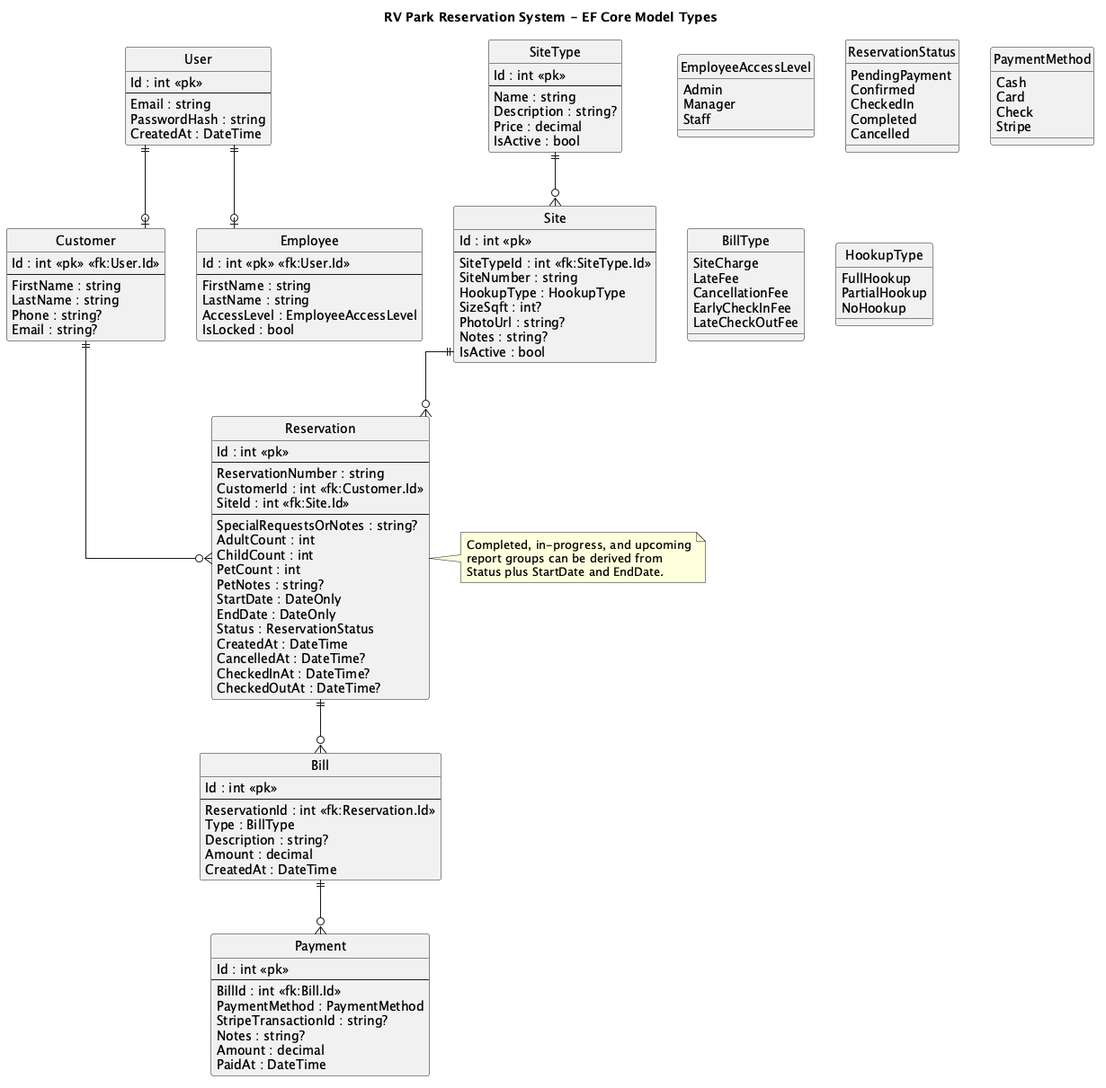
This is docs/model_erds/efcore-model-erd.png from shawnjamin/RV-Park, a PlantUML export, as it was before one commit. The source it was exported from:
```plantuml
@startuml

title RV Park Reservation System - EF Core Model Types

hide circle
skinparam linetype ortho


enum EmployeeAccessLevel {
    Admin
    Manager
    Staff
}

enum ReservationStatus {
    PendingPayment
    Confirmed
    CheckedIn
    Completed
    Cancelled
}

enum PaymentMethod {
    Cash
    Card
    Check
    Stripe
}

enum BillType {
    SiteCharge
    LateFee
    CancellationFee
    EarlyCheckInFee
    LateCheckOutFee
}

enum HookupType {
    FullHookup
    PartialHookup
    NoHookup
}

entity User {
    Id : int <<pk>>
    --
    Email : string
    PasswordHash : string
    CreatedAt : DateTime
}

entity Customer {
    Id : int <<pk>> <<fk:User.Id>>
    --
    FirstName : string
    LastName : string
    Phone : string?
    Email : string?
}

entity Employee {
    Id : int <<pk>> <<fk:User.Id>>
    --
    FirstName : string
    LastName : string
    AccessLevel : EmployeeAccessLevel
    IsLocked : bool
}

entity SiteType {
    Id : int <<pk>>
    --
    Name : string
    Description : string?
    Price : decimal
    IsActive : bool
}

entity Site {
    Id : int <<pk>>
    --
    SiteTypeId : int <<fk:SiteType.Id>>
    SiteNumber : string
    HookupType : HookupType
    SizeSqft : int?
    PhotoUrl : string?
    Notes : string?
    IsActive : bool
}

entity Reservation {
    Id : int <<pk>>
    --
    ReservationNumber : string
    CustomerId : int <<fk:Customer.Id>>
    SiteId : int <<fk:Site.Id>>
    --
    SpecialRequestsOrNotes : string?
    AdultCount : int
    ChildCount : int
    PetCount : int
    PetNotes : string?
    StartDate : DateOnly
    EndDate : DateOnly
    Status : ReservationStatus
    CreatedAt : DateTime
    CancelledAt : DateTime?
    CheckedInAt : DateTime?
    CheckedOutAt : DateTime?
}
note right of Reservation
    Completed, in-progress, and upcoming
    report groups can be derived from
    Status plus StartDate and EndDate.
end note

entity Bill {
    Id : int <<pk>>
    --
    ReservationId : int <<fk:Reservation.Id>>
    Type : BillType
    Description : string?
    Amount : decimal
    CreatedAt : DateTime
}

entity Payment {
    Id : int <<pk>>
    --
    BillId : int <<fk:Bill.Id>>
    PaymentMethod : PaymentMethod
    StripeTransactionId : string?
    Notes : string?
    Amount : decimal
    PaidAt : DateTime
}


User ||--o| Customer
User ||--o| Employee

SiteType ||--o{ Site
Site ||--o{ Reservation

Customer ||--o{ Reservation
Reservation ||--o{ Bill
Bill ||--o{ Payment

@enduml
```
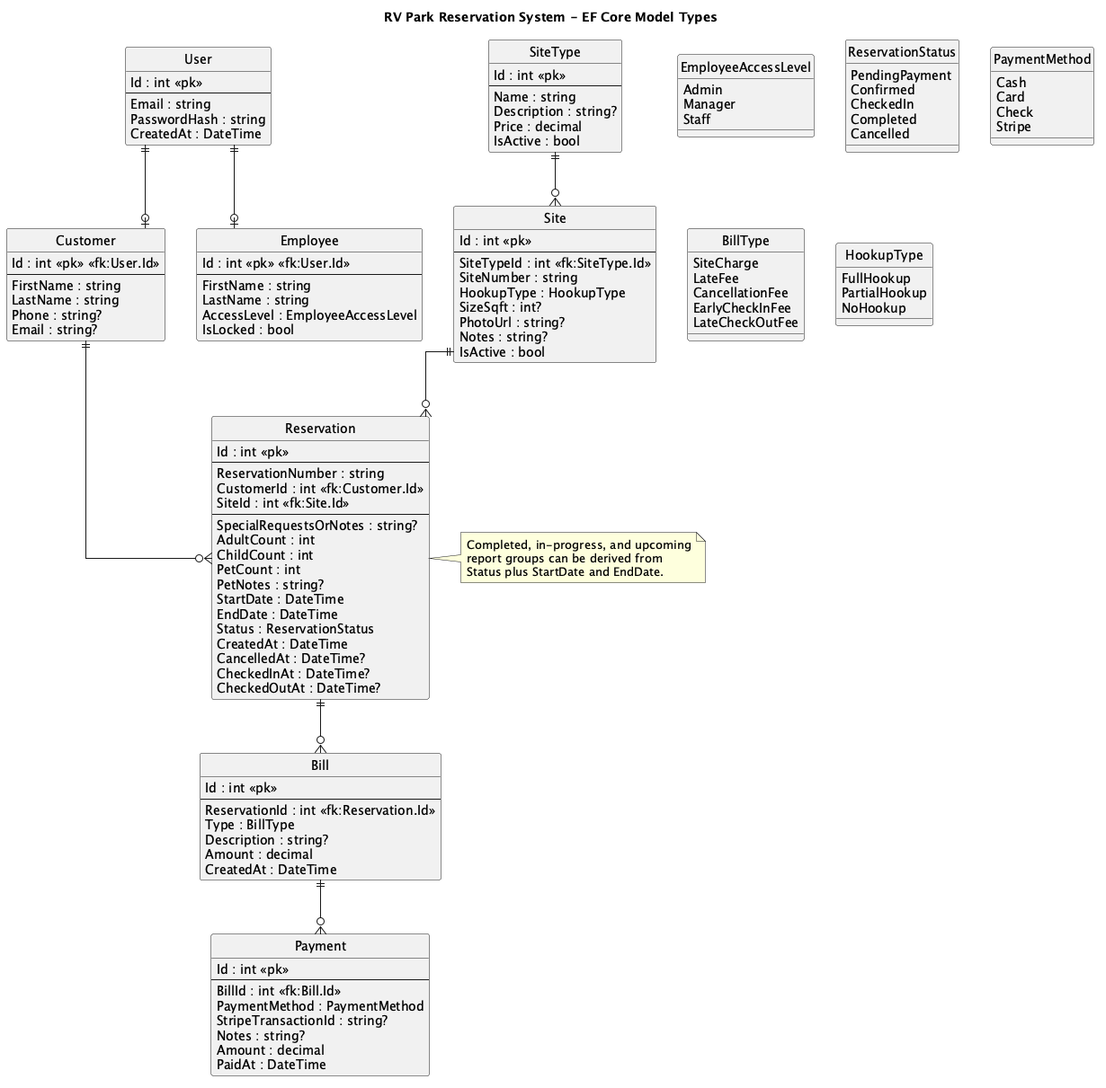
Later version of the same file.

Commit message:
altered check in and check out to datetime for simplicity and clarity

What changed in the source:
```diff
@@ -100,8 +100,8 @@
     ChildCount : int
     PetCount : int
     PetNotes : string?
-    StartDate : DateOnly
-    EndDate : DateOnly
+    StartDate : DateTime
+    EndDate : DateTime
     Status : ReservationStatus
     CreatedAt : DateTime
     CancelledAt : DateTime?
```
